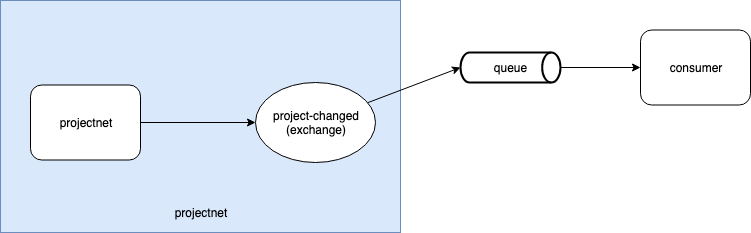
tsongpon/share keeps this draw.io diagram as images/projectnet_event.png. Above is the earlier version. Source tidied: cells renumbered, new cells last; positions are measured from the earlier drawing's top-left corner, leaving out a move shared by most shapes.
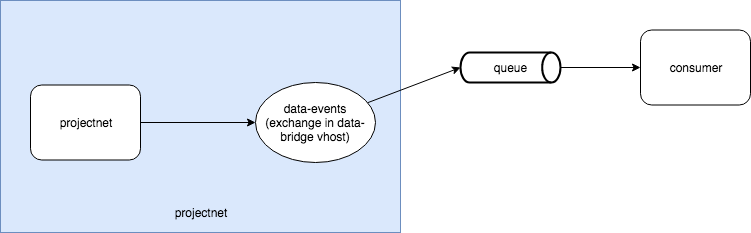
The same file after the commit.

Diff of the diagram source:
```diff
@@ -14,7 +14,7 @@
     <mxCell id="5" style="rounded=0;jettySize=auto;html=1;entryX=0;entryY=0.5;entryDx=0;entryDy=0;entryPerimeter=0;" parent="1" edge="1" source="6" target="8">
       <mxGeometry relative="1" as="geometry" />
     </mxCell>
-    <mxCell id="6" value="project-changed&lt;br&gt;(exchange)&lt;br&gt;" style="ellipse;whiteSpace=wrap;html=1;" parent="1" vertex="1">
+    <mxCell id="6" value="data-events&lt;br&gt;(exchange in data-bridge vhost)&lt;br&gt;" style="ellipse;whiteSpace=wrap;html=1;" parent="1" vertex="1">
       <mxGeometry x="255" y="82" width="120" height="80" as="geometry" />
     </mxCell>
     <mxCell id="7" style="edgeStyle=none;rounded=0;jettySize=auto;html=1;entryX=0;entryY=0.5;entryDx=0;entryDy=0;" parent="1" edge="1" source="8" target="9">
```
